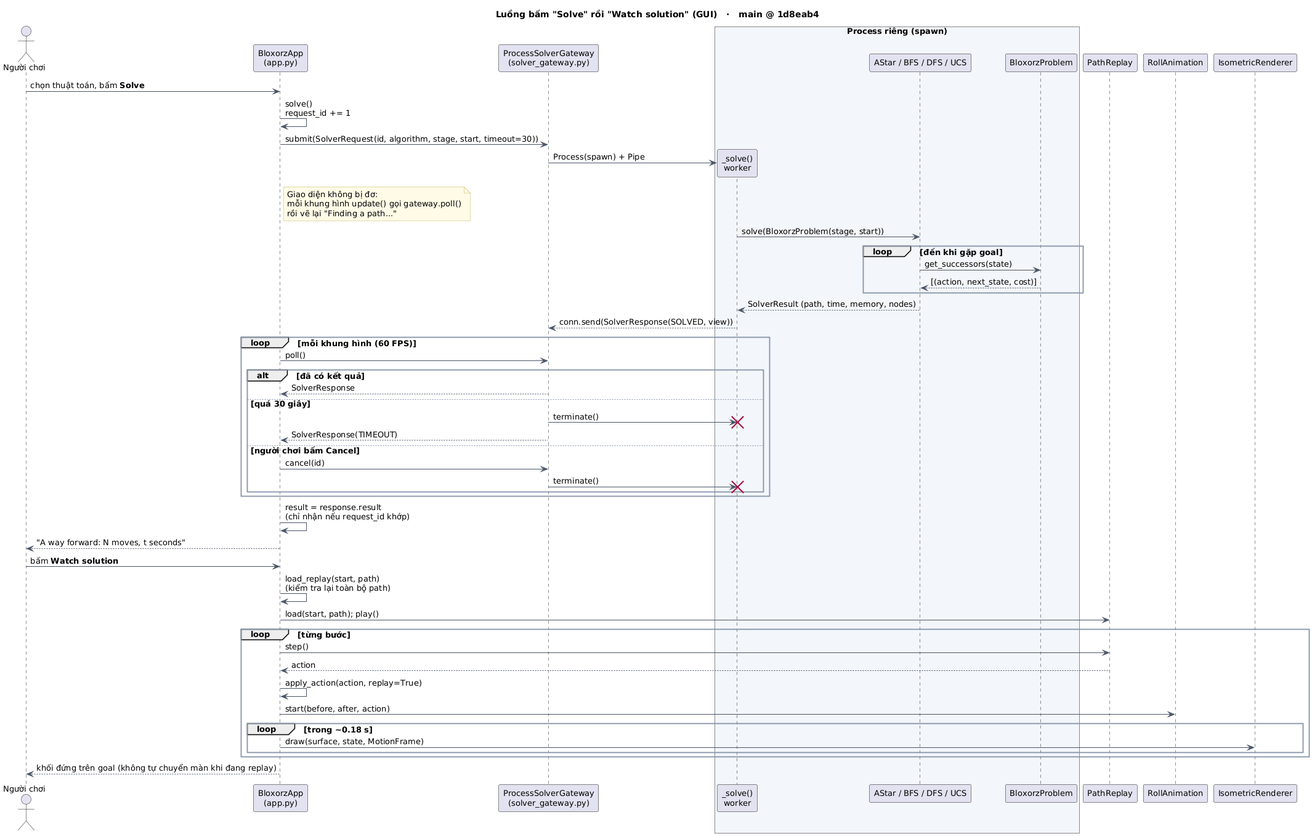
Earlier version of the PlantUML export docs/uml/4_solve_sequence.png (tthanh1223/CSAI_Bloxorz_Solver). The source it was exported from:
```plantuml
@startuml 4_solve_sequence
!include style.iuml
skinparam sequenceMessageAlign left
skinparam responseMessageBelowArrow true
title Luồng bấm "Solve" rồi "Watch solution" (GUI)   ·   main @ 1d8eab4

actor "Người chơi" as User
participant "BloxorzApp\n(app.py)" as App
participant "ProcessSolverGateway\n(solver_gateway.py)" as GW
box "Process riêng (spawn)" #F3F6FA
participant "_solve()\nworker" as Worker
participant "AStar / BFS / DFS / UCS" as Solver
participant "BloxorzProblem" as Problem
end box
participant "PathReplay" as Replay
participant "RollAnimation" as Anim
participant "IsometricRenderer" as R

User -> App : chọn thuật toán, bấm **Solve**
App -> App : solve()\nrequest_id += 1
App -> GW : submit(SolverRequest(id, algorithm, stage, start, timeout=30))
GW -> Worker ** : Process(spawn) + Pipe
note right of App
  Giao diện không bị đơ:
  mỗi khung hình update() gọi gateway.poll()
  rồi vẽ lại "Finding a path..."
end note

Worker -> Solver : solve(BloxorzProblem(stage, start))
loop đến khi gặp goal
  Solver -> Problem : get_successors(state)
  Problem --> Solver : [(action, next_state, cost)]
end
Solver --> Worker : SolverResult (path, time, memory, nodes)
Worker --> GW : conn.send(SolverResponse(SOLVED, view))

loop mỗi khung hình (60 FPS)
  App -> GW : poll()
  alt đã có kết quả
    GW --> App : SolverResponse
  else quá 30 giây
    GW -> Worker !! : terminate()
    GW --> App : SolverResponse(TIMEOUT)
  else người chơi bấm Cancel
    App -> GW : cancel(id)
    GW -> Worker !! : terminate()
  end
end
App -> App : result = response.result\n(chỉ nhận nếu request_id khớp)
App --> User : "A way forward: N moves, t seconds"

User -> App : bấm **Watch solution**
App -> App : load_replay(start, path)\n(kiểm tra lại toàn bộ path)
App -> Replay : load(start, path); play()
loop từng bước
  App -> Replay : step()
  Replay --> App : action
  App -> App : apply_action(action, replay=True)
  App -> Anim : start(before, after, action)
  loop trong ~0.18 s
    App -> R : draw(surface, state, MotionFrame)
  end
end
App --> User : khối đứng trên goal (không tự chuyển màn khi đang replay)
@enduml
```
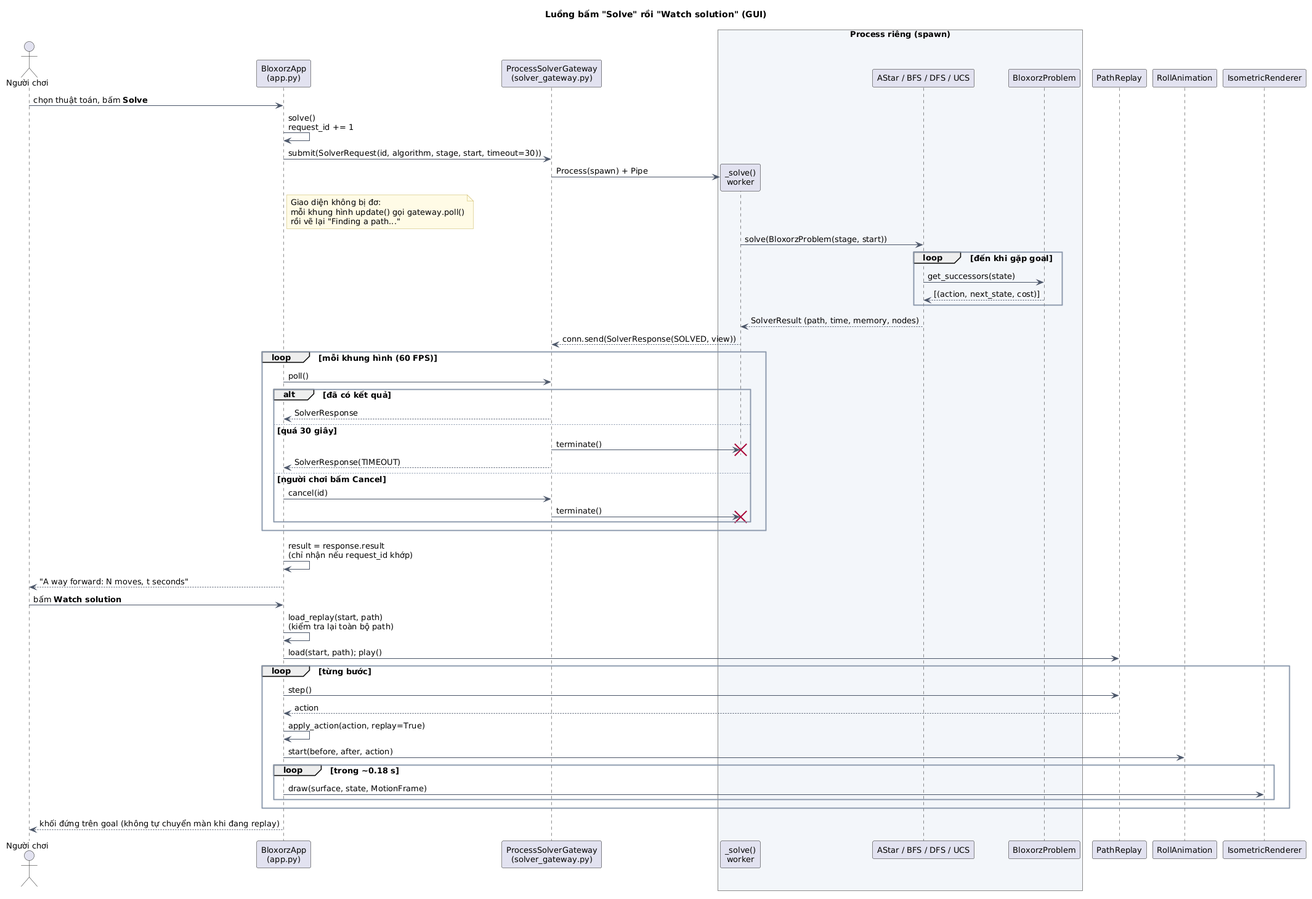
After the change.

Diff of the diagram source:
```diff
@@ -1,8 +1,20 @@
-@startuml 4_solve_sequence
-!include style.iuml
+@startuml
+skinparam classAttributeIconSize 0
+skinparam packageStyle rectangle
+skinparam shadowing false
+skinparam defaultFontName "DejaVu Sans"
+skinparam defaultFontSize 13
+skinparam noteBackgroundColor #FFFBE6
+skinparam noteBorderColor #C9B458
+skinparam classBackgroundColor #F7F9FC
+skinparam classBorderColor #5B6B82
+skinparam packageBorderColor #8896AB
+skinparam ArrowColor #4A5568
+hide empty members
+set separator none
 skinparam sequenceMessageAlign left
 skinparam responseMessageBelowArrow true
-title Luồng bấm "Solve" rồi "Watch solution" (GUI)   ·   main @ 1d8eab4
+title Luồng bấm "Solve" rồi "Watch solution" (GUI)
 
 actor "Người chơi" as User
 participant "BloxorzApp\n(app.py)" as App
```
